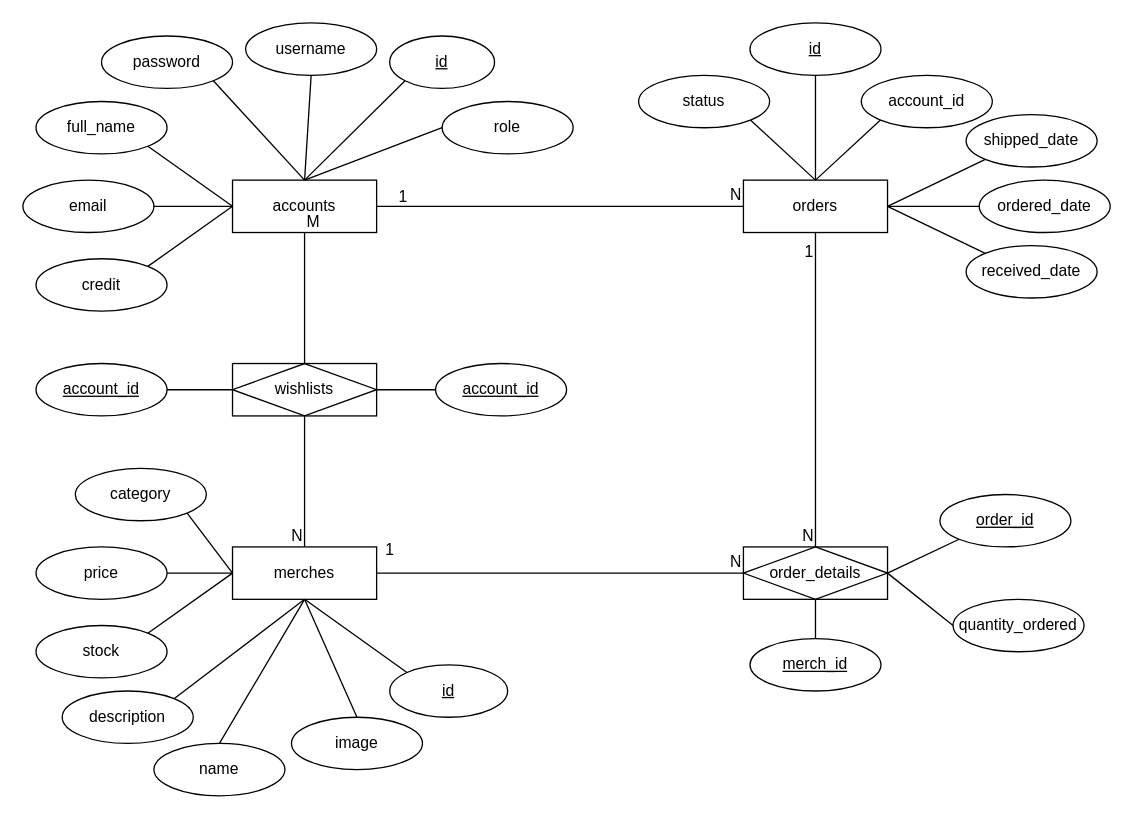
GumaMohdor/Hallyuin-UTS.ver keeps this draw.io diagram as Untitled Diagram.drawio. Above is the earlier version. Source tidied: cells renumbered, new cells numbered last; positions are measured from the earlier drawing's top-left corner, leaving out a move shared by most shapes. Both pictures are drawn from the tidied source at 131%, with x=0, y=0 at pixel (22, 22).
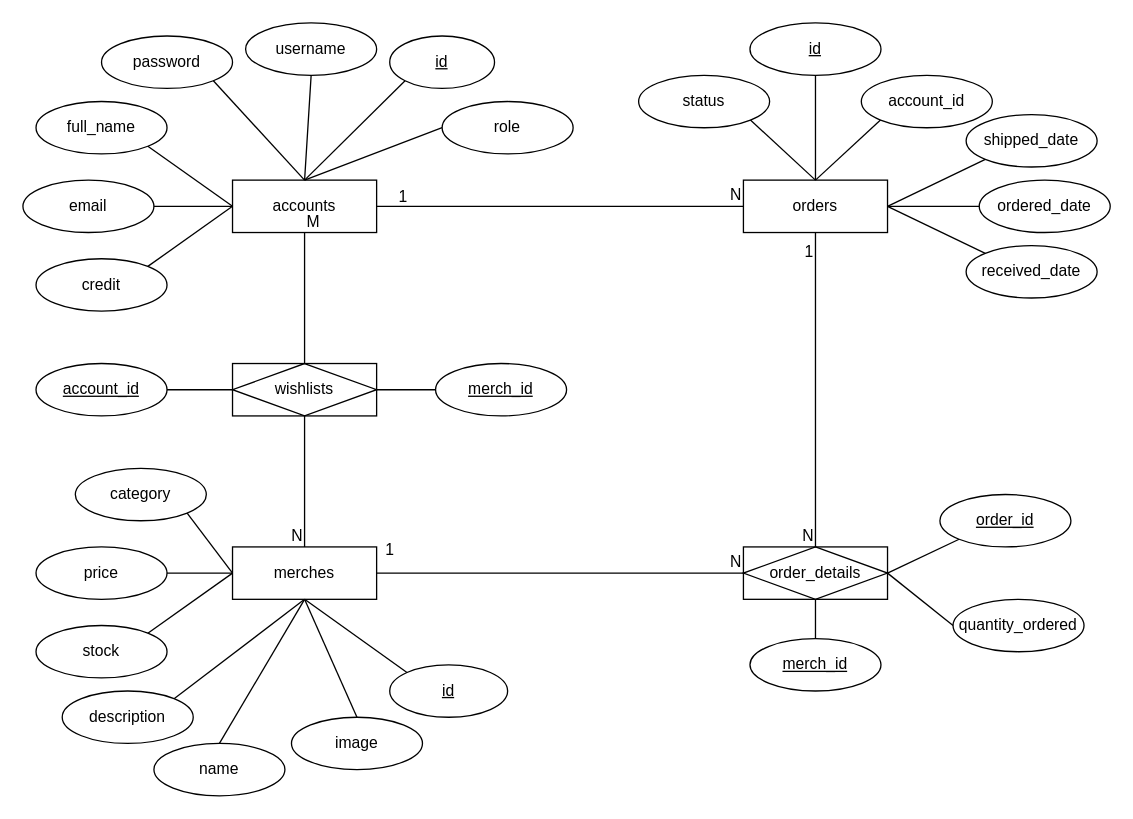
Above is the later version.

Change to the diagram source:
```diff
@@
-    <mxCell id="64" value="account_id" style="ellipse;whiteSpace=wrap;html=1;align=center;fontStyle=4;" parent="1" vertex="1">
+    <mxCell id="64" value="merch_id" style="ellipse;whiteSpace=wrap;html=1;align=center;fontStyle=4;" parent="1" vertex="1">
       <mxGeometry x="315" y="260" width="100" height="40" as="geometry" />
     </mxCell>
```
